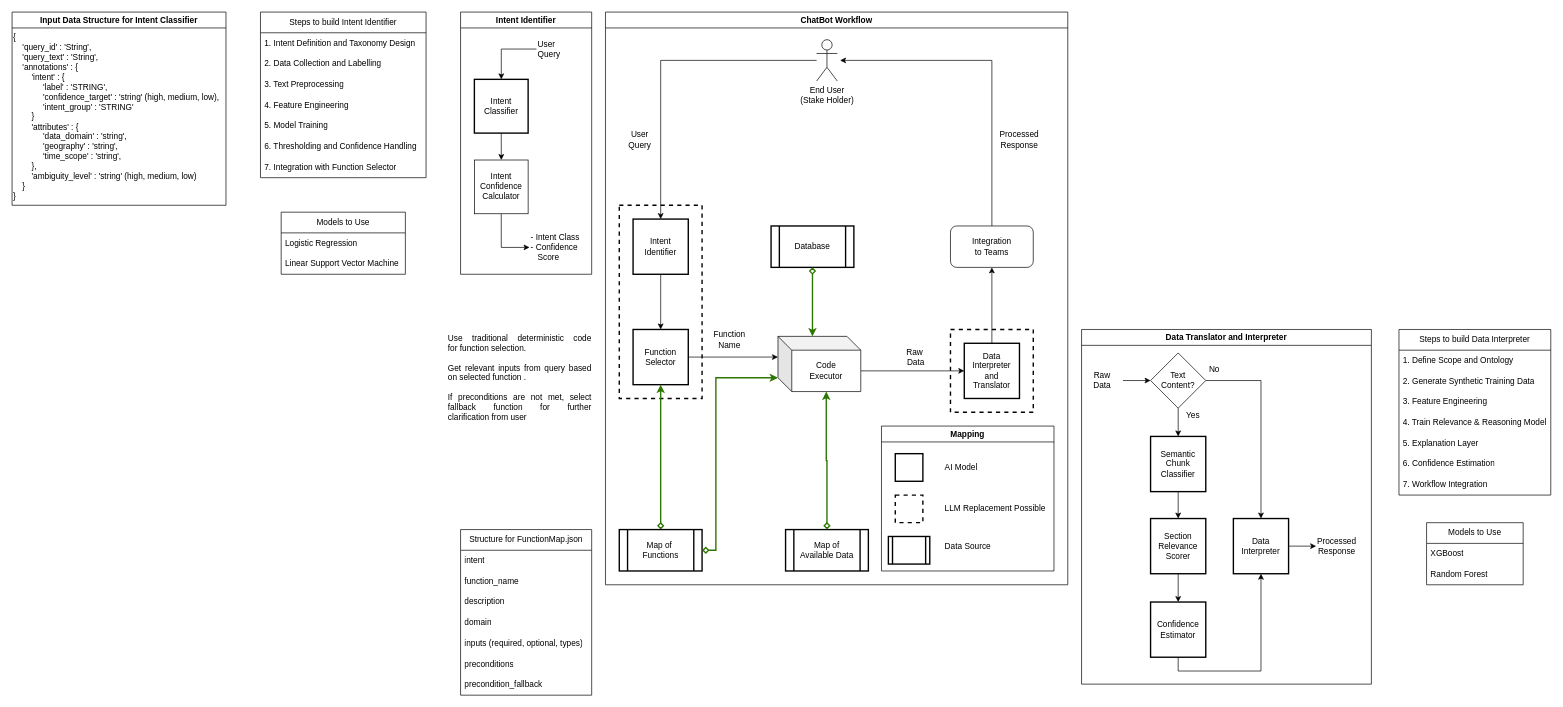
Earlier version of the draw.io diagram FlowCharts/Masters Thesis for Stakeholder Chatbot.drawio (punnoose-1620/masters-thesis-sensor-data). Source tidied: cells renumbered, new cells numbered last; positions are measured from the earlier drawing's top-left corner, leaving out a move shared by most shapes. Both pictures are drawn from the tidied source at 69%, with x=0, y=0 at pixel (12, 12).
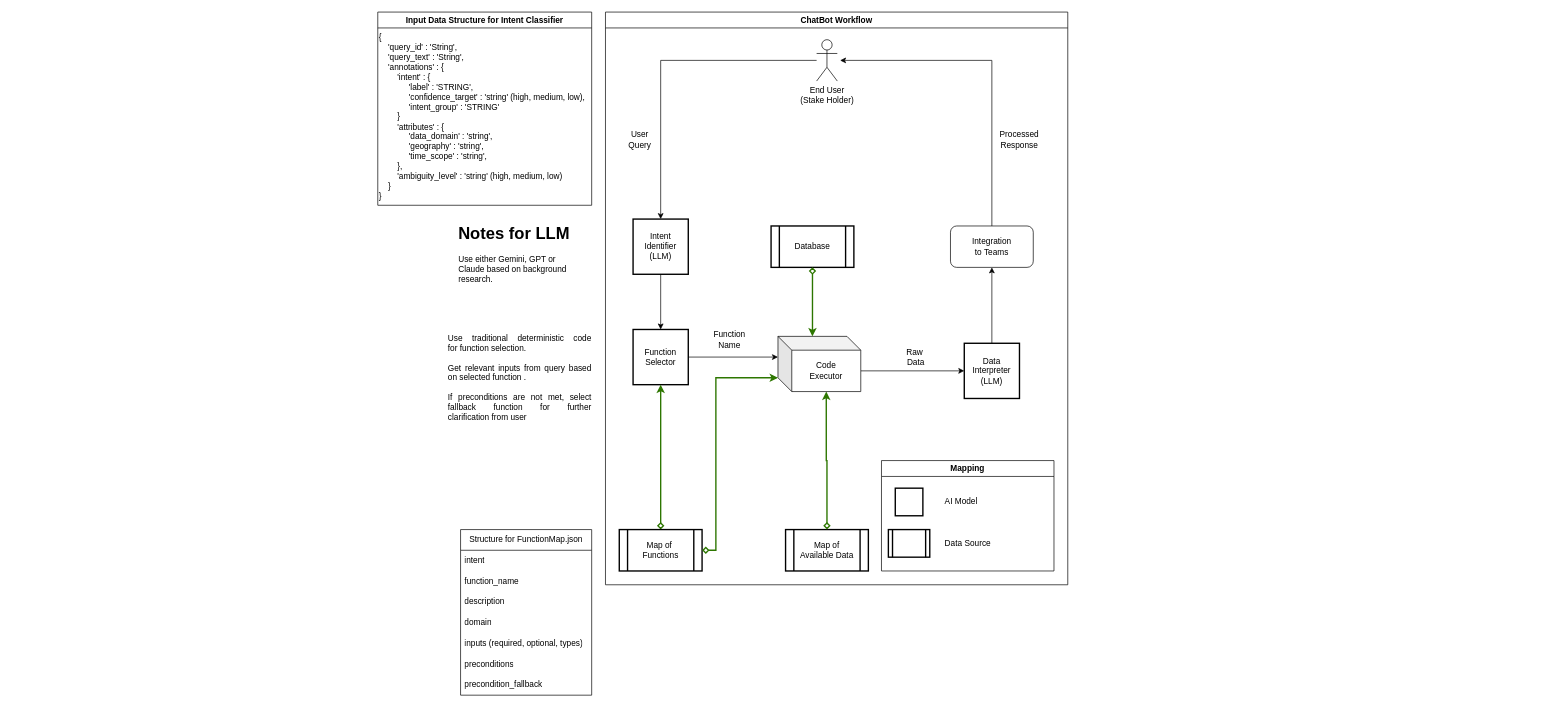
Above is the later version.

Commit message:
Agentic Update for WorkFlow

The change refers to these unchanged cells:
```xml
<mxCell id="45" style="group;" parent="1" vertex="1">
  <mxGeometry x="860" width="670" height="830" as="geometry" />
</mxCell>
<mxCell id="46" value="ChatBot Workflow" style="swimlane;whiteSpace=wrap;html=1;" parent="45" vertex="1">
  <mxGeometry width="670" height="830" as="geometry" />
</mxCell>
```

What changed in the source:
```diff
@@
-    <mxCell id="2" style="group;" parent="1" vertex="1">
-      <mxGeometry x="650" width="190" height="380" as="geometry" />
-    </mxCell>
-    <mxCell id="3" value="Intent Identifier" style="swimlane;whiteSpace=wrap;html=1;" parent="2" vertex="1">
-      <mxGeometry width="190" height="380" as="geometry" />
-    </mxCell>
-    <mxCell id="4" style="group;" parent="2" vertex="1">
-      <mxGeometry x="20" y="39" width="160" height="341" as="geometry" />
-    </mxCell>
-    <mxCell id="5" style="edgeStyle=orthogonalEdgeStyle;rounded=0;jettySize=auto;html=1;exitX=0.5;exitY=1;exitDx=0;exitDy=0;" parent="4" edge="1" source="6" target="8">
-      <mxGeometry relative="1" as="geometry" />
-    </mxCell>
-    <mxCell id="6" value="Intent&lt;div&gt;Classifier&lt;/div&gt;" style="whiteSpace=wrap;html=1;strokeWidth=2;strokeColor=light-dark(#000000,#CC0000);" parent="4" vertex="1">
-      <mxGeometry y="58.5" width="77.9" height="77.9" as="geometry" />
-    </mxCell>
-    <mxCell id="7" style="edgeStyle=orthogonalEdgeStyle;rounded=0;jettySize=auto;html=1;entryX=0;entryY=0.5;entryDx=0;entryDy=0;exitX=0.5;exitY=1;exitDx=0;exitDy=0;" parent="4" edge="1" source="8" target="9">
-      <mxGeometry relative="1" as="geometry" />
-    </mxCell>
-    <mxCell id="8" value="Intent&lt;div&gt;Confidence&lt;/div&gt;&lt;div&gt;Calculator&lt;/div&gt;" style="whiteSpace=wrap;html=1;" parent="4" vertex="1">
-      <mxGeometry y="175.4" width="77.9" height="77.9" as="geometry" />
-    </mxCell>
-    <mxCell id="9" value="- Intent Class&lt;div&gt;&lt;span style=&quot;background-color: transparent; color: light-dark(rgb(0, 0, 0), rgb(255, 255, 255));&quot;&gt;- Confidence&lt;/span&gt;&lt;/div&gt;&lt;div&gt;&amp;nbsp; &amp;nbsp;Score&lt;/div&gt;" style="text;html=1;whiteSpace=wrap;strokeColor=none;fillColor=none;align=left;verticalAlign=middle;rounded=0;" parent="4" vertex="1">
-      <mxGeometry x="80" y="263.1" width="80" height="77.9" as="geometry" />
-    </mxCell>
-    <mxCell id="10" style="edgeStyle=orthogonalEdgeStyle;rounded=0;jettySize=auto;html=1;" parent="4" edge="1" source="11" target="6">
-      <mxGeometry relative="1" as="geometry" />
-    </mxCell>
-    <mxCell id="11" value="User&lt;div&gt;Query&lt;/div&gt;" style="text;html=1;whiteSpace=wrap;strokeColor=none;fillColor=none;align=left;verticalAlign=middle;rounded=0;" parent="4" vertex="1">
-      <mxGeometry x="90" width="60" height="29.2" as="geometry" />
-    </mxCell>
@@
-    <mxCell id="21" value="Steps to build Intent Identifier" style="swimlane;fontStyle=0;horizontal=1;startSize=30;whiteSpace=wrap;html=1;" parent="1" vertex="1">
-      <mxGeometry x="360" width="240" height="240" as="geometry" />
-    </mxCell>
-    <mxCell id="22" value="1. Intent Definition and Taxonomy Design" style="text;strokeColor=none;fillColor=none;align=left;verticalAlign=middle;spacingLeft=4;spacingRight=4;overflow=hidden;whiteSpace=wrap;html=1;" parent="21" vertex="1">
-      <mxGeometry y="30" width="240" height="30" as="geometry" />
-    </mxCell>
-    <mxCell id="23" value="2. Data Collection and Labelling" style="text;strokeColor=none;fillColor=none;align=left;verticalAlign=middle;spacingLeft=4;spacingRight=4;overflow=hidden;whiteSpace=wrap;html=1;" parent="21" vertex="1">
-      <mxGeometry y="60" width="240" height="30" as="geometry" />
-    </mxCell>
-    <mxCell id="24" value="3. Text Preprocessing" style="text;strokeColor=none;fillColor=none;align=left;verticalAlign=middle;spacingLeft=4;spacingRight=4;overflow=hidden;whiteSpace=wrap;html=1;" parent="21" vertex="1">
-      <mxGeometry y="90" width="240" height="30" as="geometry" />
-    </mxCell>
-    <mxCell id="25" value="4. Feature Engineering" style="text;strokeColor=none;fillColor=none;align=left;verticalAlign=middle;spacingLeft=4;spacingRight=4;overflow=hidden;whiteSpace=wrap;html=1;" parent="21" vertex="1">
-      <mxGeometry y="120" width="240" height="30" as="geometry" />
-    </mxCell>
-    <mxCell id="26" value="5. Model Training" style="text;strokeColor=none;fillColor=none;align=left;verticalAlign=middle;spacingLeft=4;spacingRight=4;overflow=hidden;whiteSpace=wrap;html=1;" parent="21" vertex="1">
-      <mxGeometry y="150" width="240" height="30" as="geometry" />
-    </mxCell>
-    <mxCell id="27" value="6. Thresholding and Confidence Handling" style="text;strokeColor=none;fillColor=none;align=left;verticalAlign=middle;spacingLeft=4;spacingRight=4;overflow=hidden;whiteSpace=wrap;html=1;" parent="21" vertex="1">
-      <mxGeometry y="180" width="240" height="30" as="geometry" />
-    </mxCell>
-    <mxCell id="28" value="7. Integration with Function Selector" style="text;strokeColor=none;fillColor=none;align=left;verticalAlign=middle;spacingLeft=4;spacingRight=4;overflow=hidden;whiteSpace=wrap;html=1;" parent="21" vertex="1">
-      <mxGeometry y="210" width="240" height="30" as="geometry" />
-    </mxCell>
     <mxCell id="29" value="Input Data Structure for Intent Classifier" style="swimlane;whiteSpace=wrap;html=1;" parent="1" vertex="1">
-      <mxGeometry width="310" height="280" as="geometry" />
+      <mxGeometry x="530" width="310" height="280" as="geometry" />
     </mxCell>
@@
-    <mxCell id="31" value="Models to Use" style="swimlane;fontStyle=0;horizontal=1;startSize=30;whiteSpace=wrap;html=1;" parent="1" vertex="1">
-      <mxGeometry x="390" y="290" width="180" height="90" as="geometry" />
-    </mxCell>
-    <mxCell id="32" value="Logistic Regression" style="text;strokeColor=none;fillColor=none;align=left;verticalAlign=middle;spacingLeft=4;spacingRight=4;overflow=hidden;whiteSpace=wrap;html=1;" parent="31" vertex="1">
-      <mxGeometry y="30" width="180" height="30" as="geometry" />
-    </mxCell>
-    <mxCell id="33" value="Linear Support Vector Machine" style="text;strokeColor=none;fillColor=none;align=left;verticalAlign=middle;spacingLeft=4;spacingRight=4;overflow=hidden;whiteSpace=wrap;html=1;" parent="31" vertex="1">
-      <mxGeometry y="60" width="180" height="30" as="geometry" />
-    </mxCell>
-    <mxCell id="34" value="Steps to build Data Interpreter" style="swimlane;fontStyle=0;horizontal=1;startSize=30;whiteSpace=wrap;html=1;" parent="1" vertex="1">
-      <mxGeometry x="2010" y="460" width="220" height="240" as="geometry" />
-    </mxCell>
-    <mxCell id="35" value="1. Define Scope and Ontology" style="text;strokeColor=none;fillColor=none;align=left;verticalAlign=middle;spacingLeft=4;spacingRight=4;overflow=hidden;whiteSpace=wrap;html=1;" parent="34" vertex="1">
-      <mxGeometry y="30" width="220" height="30" as="geometry" />
-    </mxCell>
-    <mxCell id="36" value="2. Generate Synthetic Training Data" style="text;strokeColor=none;fillColor=none;align=left;verticalAlign=middle;spacingLeft=4;spacingRight=4;overflow=hidden;whiteSpace=wrap;html=1;" parent="34" vertex="1">
-      <mxGeometry y="60" width="220" height="30" as="geometry" />
-    </mxCell>
-    <mxCell id="37" value="3. Feature Engineering" style="text;strokeColor=none;fillColor=none;align=left;verticalAlign=middle;spacingLeft=4;spacingRight=4;overflow=hidden;whiteSpace=wrap;html=1;" parent="34" vertex="1">
-      <mxGeometry y="90" width="220" height="30" as="geometry" />
-    </mxCell>
-    <mxCell id="38" value="4. Train Relevance &amp;amp; Reasoning Model" style="text;strokeColor=none;fillColor=none;align=left;verticalAlign=middle;spacingLeft=4;spacingRight=4;overflow=hidden;whiteSpace=wrap;html=1;" parent="34" vertex="1">
-      <mxGeometry y="120" width="220" height="30" as="geometry" />
-    </mxCell>
-    <mxCell id="39" value="5. Explanation Layer" style="text;strokeColor=none;fillColor=none;align=left;verticalAlign=middle;spacingLeft=4;spacingRight=4;overflow=hidden;whiteSpace=wrap;html=1;" parent="34" vertex="1">
-      <mxGeometry y="150" width="220" height="30" as="geometry" />
-    </mxCell>
-    <mxCell id="40" value="6. Confidence Estimation" style="text;strokeColor=none;fillColor=none;align=left;verticalAlign=middle;spacingLeft=4;spacingRight=4;overflow=hidden;whiteSpace=wrap;html=1;" parent="34" vertex="1">
-      <mxGeometry y="180" width="220" height="30" as="geometry" />
-    </mxCell>
-    <mxCell id="41" value="7. Workflow Integration" style="text;strokeColor=none;fillColor=none;align=left;verticalAlign=middle;spacingLeft=4;spacingRight=4;overflow=hidden;whiteSpace=wrap;html=1;" parent="34" vertex="1">
-      <mxGeometry y="210" width="220" height="30" as="geometry" />
-    </mxCell>
-    <mxCell id="42" value="Models to Use" style="swimlane;fontStyle=0;horizontal=1;startSize=30;whiteSpace=wrap;html=1;" parent="1" vertex="1">
-      <mxGeometry x="2050" y="740" width="140" height="90" as="geometry" />
-    </mxCell>
-    <mxCell id="43" value="XGBoost" style="text;strokeColor=none;fillColor=none;align=left;verticalAlign=middle;spacingLeft=4;spacingRight=4;overflow=hidden;whiteSpace=wrap;html=1;" parent="42" vertex="1">
-      <mxGeometry y="30" width="140" height="30" as="geometry" />
-    </mxCell>
-    <mxCell id="44" value="Random Forest" style="text;strokeColor=none;fillColor=none;align=left;verticalAlign=middle;spacingLeft=4;spacingRight=4;overflow=hidden;whiteSpace=wrap;html=1;" parent="42" vertex="1">
-      <mxGeometry y="60" width="140" height="30" as="geometry" />
-    </mxCell>
@@
-    <mxCell id="47" style="whiteSpace=wrap;html=1;strokeColor=light-dark(#000000,#0000CC);strokeWidth=2;dashed=1;" parent="45" vertex="1">
-      <mxGeometry x="500" y="460" width="120" height="120" as="geometry" />
-    </mxCell>
-    <mxCell id="48" style="rounded=0;whiteSpace=wrap;html=1;strokeColor=light-dark(#000000,#0000CC);strokeWidth=2;dashed=1;" parent="45" vertex="1">
-      <mxGeometry x="20" y="280" width="120" height="280" as="geometry" />
-    </mxCell>
+    <mxCell id="101" style="group;" parent="46" vertex="1">
+      <mxGeometry x="410" y="750" width="150" height="40" as="geometry" />
+    </mxCell>
+    <mxCell id="75" value="Data Source" style="text;html=1;whiteSpace=wrap;strokeColor=none;fillColor=none;align=left;verticalAlign=middle;rounded=0;" parent="101" vertex="1">
+      <mxGeometry x="80" y="5" width="70" height="30" as="geometry" />
+    </mxCell>
+    <mxCell id="74" style="shape=process;whiteSpace=wrap;html=1;backgroundOutline=1;strokeColor=light-dark(#000000,#009900);strokeWidth=2;" parent="101" vertex="1">
+      <mxGeometry width="60" height="40" as="geometry" />
+    </mxCell>
@@
-    <mxCell id="51" value="Intent&lt;div&gt;Identifier&lt;/div&gt;" style="whiteSpace=wrap;html=1;strokeColor=light-dark(#000000,#CC0000);strokeWidth=2;" parent="45" vertex="1">
+    <mxCell id="51" value="Intent&lt;div&gt;Identifier&lt;/div&gt;&lt;div&gt;(LLM)&lt;/div&gt;" style="whiteSpace=wrap;html=1;strokeColor=light-dark(#000000,#CC0000);strokeWidth=2;" parent="45" vertex="1">
       <mxGeometry x="40" y="300" width="80" height="80" as="geometry" />
     </mxCell>
@@
-    <mxCell id="65" value="Data&lt;div&gt;Interpreter&lt;/div&gt;&lt;div&gt;and&lt;br&gt;&lt;div&gt;Translator&lt;/div&gt;&lt;/div&gt;" style="whiteSpace=wrap;html=1;strokeColor=light-dark(#000000,#CC0000);strokeWidth=2;" parent="45" vertex="1">
+    <mxCell id="65" value="Data&lt;div&gt;Interpreter&lt;/div&gt;&lt;div&gt;(LLM)&lt;/div&gt;" style="whiteSpace=wrap;html=1;strokeColor=light-dark(#000000,#CC0000);strokeWidth=2;" parent="45" vertex="1">
       <mxGeometry x="520" y="480" width="80" height="80" as="geometry" />
     </mxCell>
@@
     <mxCell id="72" value="Mapping" style="swimlane;whiteSpace=wrap;html=1;" parent="45" vertex="1">
-      <mxGeometry x="400" y="600" width="250" height="210" as="geometry" />
+      <mxGeometry x="400" y="650" width="250" height="160" as="geometry" />
     </mxCell>
-    <mxCell id="73" style="group;" parent="72" vertex="1">
-      <mxGeometry x="10" y="160" width="150" height="40" as="geometry" />
-    </mxCell>
-    <mxCell id="74" style="shape=process;whiteSpace=wrap;html=1;backgroundOutline=1;strokeColor=light-dark(#000000,#009900);strokeWidth=2;" parent="73" vertex="1">
-      <mxGeometry width="60" height="40" as="geometry" />
-    </mxCell>
-    <mxCell id="75" value="Data Source" style="text;html=1;whiteSpace=wrap;strokeColor=none;fillColor=none;align=left;verticalAlign=middle;rounded=0;" parent="73" vertex="1">
-      <mxGeometry x="80" width="70" height="30" as="geometry" />
-    </mxCell>
@@
-    <mxCell id="79" style="group;dashed=1;" parent="72" vertex="1">
-      <mxGeometry x="20" y="100" width="220" height="40" as="geometry" />
-    </mxCell>
-    <mxCell id="80" style="whiteSpace=wrap;html=1;strokeColor=light-dark(#000000,#0000CC);strokeWidth=2;dashed=1;" parent="79" vertex="1">
-      <mxGeometry width="40" height="40" as="geometry" />
-    </mxCell>
-    <mxCell id="81" value="LLM Replacement Possible" style="text;html=1;whiteSpace=wrap;strokeColor=none;fillColor=none;align=left;verticalAlign=middle;rounded=0;" parent="79" vertex="1">
-      <mxGeometry x="70" y="5" width="150" height="30" as="geometry" />
-    </mxCell>
-    <mxCell id="82" style="group;" parent="1" vertex="1">
-      <mxGeometry x="1550" y="460" width="420" height="514" as="geometry" />
-    </mxCell>
-    <mxCell id="83" value="Data Translator and Interpreter" style="swimlane;whiteSpace=wrap;html=1;" parent="82" vertex="1">
-      <mxGeometry width="420" height="514" as="geometry" />
-    </mxCell>
-    <mxCell id="84" style="group;" parent="82" vertex="1">
-      <mxGeometry y="34" width="400" height="441" as="geometry" />
-    </mxCell>
-    <mxCell id="85" style="edgeStyle=orthogonalEdgeStyle;rounded=0;jettySize=auto;html=1;exitX=1;exitY=0.5;exitDx=0;exitDy=0;" parent="84" edge="1" source="87" target="99">
-      <mxGeometry relative="1" as="geometry" />
-    </mxCell>
-    <mxCell id="86" style="edgeStyle=orthogonalEdgeStyle;rounded=0;jettySize=auto;html=1;exitX=0.5;exitY=1;exitDx=0;exitDy=0;entryX=0.5;entryY=0;entryDx=0;entryDy=0;" parent="84" edge="1" source="87" target="90">
-      <mxGeometry relative="1" as="geometry" />
-    </mxCell>
-    <mxCell id="87" value="Text&lt;div&gt;Content?&lt;/div&gt;" style="rhombus;whiteSpace=wrap;html=1;" parent="84" vertex="1">
-      <mxGeometry x="100" width="80" height="80" as="geometry" />
-    </mxCell>
-    <mxCell id="88" value="No" style="text;html=1;whiteSpace=wrap;strokeColor=none;fillColor=none;align=left;verticalAlign=middle;rounded=0;" parent="84" vertex="1">
-      <mxGeometry x="183" y="16" width="27" height="16" as="geometry" />
-    </mxCell>
-    <mxCell id="89" style="edgeStyle=orthogonalEdgeStyle;rounded=0;jettySize=auto;html=1;exitX=0.5;exitY=1;exitDx=0;exitDy=0;entryX=0.5;entryY=0;entryDx=0;entryDy=0;" parent="84" edge="1" source="90" target="92">
-      <mxGeometry relative="1" as="geometry" />
-    </mxCell>
-    <mxCell id="90" value="Semantic&lt;div&gt;Chunk&lt;/div&gt;&lt;div&gt;Classifier&lt;/div&gt;" style="whiteSpace=wrap;html=1;strokeColor=light-dark(#000000,#CC0000);strokeWidth=2;" parent="84" vertex="1">
-      <mxGeometry x="100" y="121" width="80" height="80" as="geometry" />
-    </mxCell>
-    <mxCell id="91" style="edgeStyle=orthogonalEdgeStyle;rounded=0;jettySize=auto;html=1;exitX=0.5;exitY=1;exitDx=0;exitDy=0;entryX=0.5;entryY=0;entryDx=0;entryDy=0;" parent="84" edge="1" source="92" target="94">
-      <mxGeometry relative="1" as="geometry" />
-    </mxCell>
-    <mxCell id="92" value="Section&lt;div&gt;Relevance&lt;/div&gt;&lt;div&gt;Scorer&lt;/div&gt;" style="whiteSpace=wrap;html=1;strokeColor=light-dark(#000000,#CC0000);strokeWidth=2;" parent="84" vertex="1">
-      <mxGeometry x="100" y="240" width="80" height="80" as="geometry" />
-    </mxCell>
-    <mxCell id="93" style="edgeStyle=orthogonalEdgeStyle;rounded=0;jettySize=auto;html=1;exitX=0.5;exitY=1;exitDx=0;exitDy=0;entryX=0.5;entryY=1;entryDx=0;entryDy=0;" parent="84" edge="1" source="94" target="99">
-      <mxGeometry relative="1" as="geometry" />
-    </mxCell>
-    <mxCell id="94" value="Confidence&lt;div&gt;Estimator&lt;/div&gt;" style="whiteSpace=wrap;html=1;strokeColor=light-dark(#000000,#CC0000);strokeWidth=2;" parent="84" vertex="1">
-      <mxGeometry x="100" y="361" width="80" height="80" as="geometry" />
-    </mxCell>
-    <mxCell id="95" value="Yes" style="text;html=1;whiteSpace=wrap;strokeColor=none;fillColor=none;align=left;verticalAlign=middle;rounded=0;" parent="84" vertex="1">
-      <mxGeometry x="150" y="80" width="30" height="21" as="geometry" />
-    </mxCell>
-    <mxCell id="96" style="edgeStyle=orthogonalEdgeStyle;rounded=0;jettySize=auto;html=1;exitX=1;exitY=0.5;exitDx=0;exitDy=0;entryX=0;entryY=0.5;entryDx=0;entryDy=0;" parent="84" edge="1" source="97" target="87">
-      <mxGeometry relative="1" as="geometry" />
-    </mxCell>
-    <mxCell id="97" value="Raw&lt;div&gt;Data&lt;/div&gt;" style="text;html=1;whiteSpace=wrap;strokeColor=none;fillColor=none;align=center;verticalAlign=middle;rounded=0;" parent="84" vertex="1">
-      <mxGeometry y="25" width="60" height="30" as="geometry" />
-    </mxCell>
-    <mxCell id="98" style="edgeStyle=orthogonalEdgeStyle;rounded=0;jettySize=auto;html=1;entryX=0;entryY=0.5;entryDx=0;entryDy=0;" parent="84" edge="1" source="99" target="100">
-      <mxGeometry relative="1" as="geometry" />
-    </mxCell>
-    <mxCell id="99" value="Data&lt;div&gt;Interpreter&lt;/div&gt;" style="whiteSpace=wrap;html=1;strokeWidth=2;strokeColor=light-dark(#000000,#CC0000);" parent="84" vertex="1">
-      <mxGeometry x="220" y="240" width="80" height="80" as="geometry" />
-    </mxCell>
-    <mxCell id="100" value="Processed&lt;div&gt;Response&lt;/div&gt;" style="text;html=1;whiteSpace=wrap;strokeColor=none;fillColor=none;align=center;verticalAlign=middle;rounded=0;" parent="84" vertex="1">
-      <mxGeometry x="340" y="265" width="60" height="30" as="geometry" />
-    </mxCell>
+    <mxCell id="102" value="&lt;h1 style=&quot;margin-top: 0px;&quot;&gt;Notes for LLM&lt;/h1&gt;&lt;p&gt;Use either Gemini, GPT or Claude based on background research.&lt;/p&gt;" style="text;html=1;whiteSpace=wrap;overflow=hidden;rounded=0;" parent="1" vertex="1">
+      <mxGeometry x="645" y="300" width="180" height="100" as="geometry" />
+    </mxCell>
```
